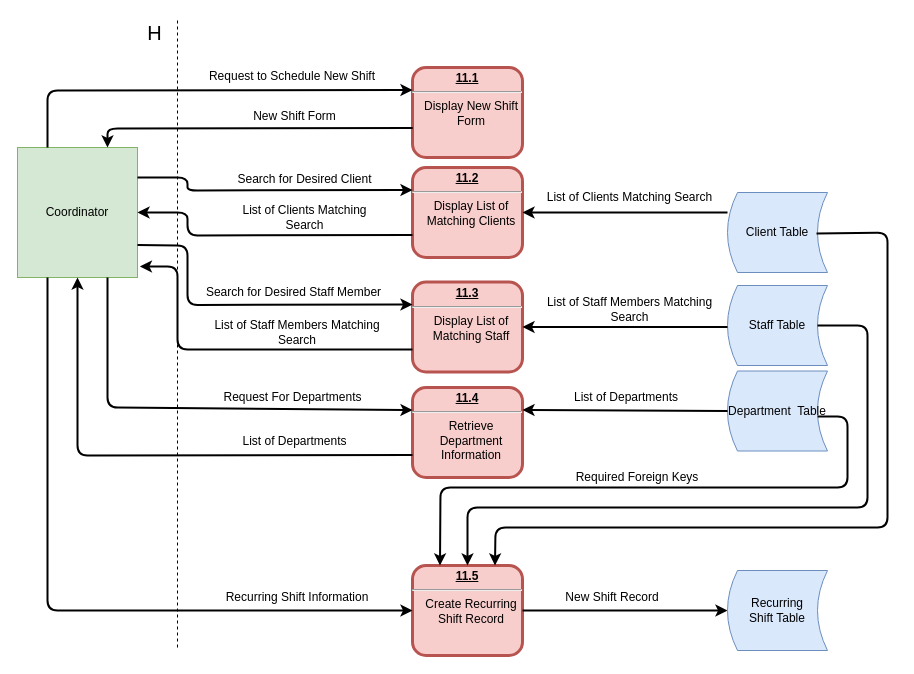
Before: page "11: Schedule Recurring Shifts" (12 of 14) of Diagrams/DFD/Level 1 DFDs.drawio in Harlento/SchedulingSystem, a draw.io diagram. Source tidied: cells renumbered, new cells numbered last; positions are measured from the earlier drawing's top-left corner, leaving out a move shared by most shapes. Both pictures are drawn from the tidied source at 100%, with x=0, y=0 at pixel (17, 17).
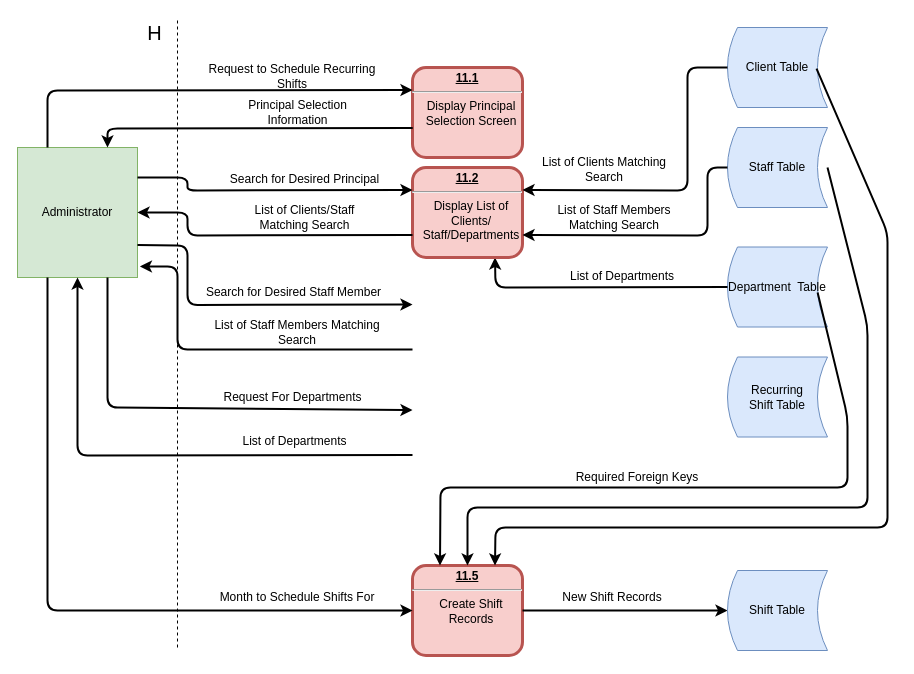
The same diagram, later.

Change to the diagram source:
```diff
@@
     <mxCell id="2" value="Department&amp;nbsp; Table" style="shape=dataStorage;whiteSpace=wrap;html=1;fillColor=#dae8fc;strokeColor=#6c8ebf;" parent="1" vertex="1">
-      <mxGeometry x="710" y="353.5" width="100" height="80" as="geometry" />
+      <mxGeometry x="710" y="229.5" width="100" height="80" as="geometry" />
     </mxCell>
-    <mxCell id="3" value="Coordinator" style="rounded=0;whiteSpace=wrap;html=1;fillColor=#d5e8d4;strokeColor=#82b366;" parent="1" vertex="1">
+    <mxCell id="3" value="Administrator" style="rounded=0;whiteSpace=wrap;html=1;fillColor=#d5e8d4;strokeColor=#82b366;" parent="1" vertex="1">
       <mxGeometry y="130" width="120" height="130" as="geometry" />
     </mxCell>
@@
-    <mxCell id="5" value="&lt;p style=&quot;margin: 0px ; margin-top: 4px ; text-align: center ; text-decoration: underline&quot;&gt;11.1&lt;/p&gt;&lt;hr&gt;&lt;p style=&quot;margin: 0px ; margin-left: 8px&quot;&gt;&lt;span style=&quot;font-weight: 400 ; white-space: normal&quot;&gt;Display New Shift Form&lt;/span&gt;&lt;/p&gt;" style="verticalAlign=middle;align=center;overflow=fill;fontSize=12;fontFamily=Helvetica;html=1;rounded=1;fontStyle=1;strokeWidth=3;fillColor=#f8cecc;strokeColor=#b85450;" parent="1" vertex="1">
+    <mxCell id="5" value="&lt;p style=&quot;margin: 0px ; margin-top: 4px ; text-align: center ; text-decoration: underline&quot;&gt;11.1&lt;/p&gt;&lt;hr&gt;&lt;p style=&quot;margin: 0px ; margin-left: 8px&quot;&gt;&lt;span style=&quot;font-weight: 400 ; white-space: normal&quot;&gt;Display Principal Selection Screen&lt;/span&gt;&lt;/p&gt;" style="verticalAlign=middle;align=center;overflow=fill;fontSize=12;fontFamily=Helvetica;html=1;rounded=1;fontStyle=1;strokeWidth=3;fillColor=#f8cecc;strokeColor=#b85450;" parent="1" vertex="1">
       <mxGeometry x="395" y="50" width="110" height="90" as="geometry" />
     </mxCell>
@@
-    <mxCell id="7" value="Request to Schedule New Shift" style="text;html=1;strokeColor=none;fillColor=none;align=center;verticalAlign=middle;whiteSpace=wrap;rounded=0;" parent="1" vertex="1">
+    <mxCell id="7" value="Request to Schedule Recurring Shifts" style="text;html=1;strokeColor=none;fillColor=none;align=center;verticalAlign=middle;whiteSpace=wrap;rounded=0;" parent="1" vertex="1">
       <mxGeometry x="190" y="44" width="170" height="30" as="geometry" />
     </mxCell>
-    <mxCell id="8" value="New Shift Form" style="text;html=1;strokeColor=none;fillColor=none;align=center;verticalAlign=middle;whiteSpace=wrap;rounded=0;" parent="1" vertex="1">
-      <mxGeometry x="200" y="84" width="155" height="30" as="geometry" />
+    <mxCell id="8" value="Principal Selection Information" style="text;html=1;strokeColor=none;fillColor=none;align=center;verticalAlign=middle;whiteSpace=wrap;rounded=0;" parent="1" vertex="1">
+      <mxGeometry x="202.5" y="80" width="155" height="30" as="geometry" />
     </mxCell>
@@
-    <mxCell id="10" value="&lt;p style=&quot;margin: 0px ; margin-top: 4px ; text-align: center ; text-decoration: underline&quot;&gt;11.4&lt;/p&gt;&lt;hr&gt;&lt;p style=&quot;margin: 0px 0px 0px 8px&quot;&gt;&lt;span style=&quot;font-weight: 400 ; white-space: normal&quot;&gt;Retrieve Department Information&lt;/span&gt;&lt;/p&gt;" style="verticalAlign=middle;align=center;overflow=fill;fontSize=12;fontFamily=Helvetica;html=1;rounded=1;fontStyle=1;strokeWidth=3;fillColor=#f8cecc;strokeColor=#b85450;" parent="1" vertex="1">
-      <mxGeometry x="395" y="370" width="110" height="90" as="geometry" />
-    </mxCell>
-    <mxCell id="11" style="endArrow=classic;html=1;strokeWidth=2;exitX=0;exitY=0.5;exitDx=0;exitDy=0;entryX=1;entryY=0.25;entryDx=0;entryDy=0;" parent="1" edge="1" source="2" target="10">
-      <mxGeometry relative="1" as="geometry" />
+    <mxCell id="11" style="endArrow=classic;html=1;strokeWidth=2;exitX=0;exitY=0.5;exitDx=0;exitDy=0;entryX=0.75;entryY=1;entryDx=0;entryDy=0;" parent="1" edge="1" source="2" target="24">
+      <mxGeometry relative="1" as="geometry">
+        <Array as="points">
+          <mxPoint x="478" y="270" />
+        </Array>
+      </mxGeometry>
     </mxCell>
     <mxCell id="12" value="List of Departments" style="text;html=1;strokeColor=none;fillColor=none;align=center;verticalAlign=middle;whiteSpace=wrap;rounded=0;" parent="1" vertex="1">
-      <mxGeometry x="528.8" y="369.5" width="160" height="20" as="geometry" />
+      <mxGeometry x="525" y="249" width="160" height="20" as="geometry" />
     </mxCell>
-    <mxCell id="13" style="endArrow=classic;html=1;strokeWidth=2;entryX=0;entryY=0.25;entryDx=0;entryDy=0;exitX=0.75;exitY=1;exitDx=0;exitDy=0;" parent="1" edge="1" source="3" target="10">
+    <mxCell id="13" style="endArrow=classic;html=1;strokeWidth=2;entryX=0;entryY=0.25;entryDx=0;entryDy=0;exitX=0.75;exitY=1;exitDx=0;exitDy=0;" parent="1" edge="1" source="3">
       <mxGeometry relative="1" as="geometry">
+        <mxPoint x="395" y="392.5" as="targetPoint" />
         <Array as="points">
           <mxPoint x="90" y="390" />
         </Array>
       </mxGeometry>
     </mxCell>
@@
-    <mxCell id="15" style="endArrow=classic;html=1;strokeWidth=2;exitX=0;exitY=0.75;exitDx=0;exitDy=0;entryX=0.5;entryY=1;entryDx=0;entryDy=0;" parent="1" edge="1" source="10" target="3">
+    <mxCell id="15" style="endArrow=classic;html=1;strokeWidth=2;exitX=0;exitY=0.75;exitDx=0;exitDy=0;entryX=0.5;entryY=1;entryDx=0;entryDy=0;" parent="1" edge="1" target="3">
       <mxGeometry relative="1" as="geometry">
+        <mxPoint x="395" y="437.5" as="sourcePoint" />
         <Array as="points">
           <mxPoint x="60" y="438" />
         </Array>
       </mxGeometry>
     </mxCell>
@@
-    <mxCell id="17" value="&lt;p style=&quot;margin: 0px ; margin-top: 4px ; text-align: center ; text-decoration: underline&quot;&gt;11.5&lt;/p&gt;&lt;hr&gt;&lt;p style=&quot;margin: 0px 0px 0px 8px&quot;&gt;&lt;span style=&quot;font-weight: 400 ; white-space: normal&quot;&gt;Create Recurring Shift Record&lt;/span&gt;&lt;/p&gt;" style="verticalAlign=middle;align=center;overflow=fill;fontSize=12;fontFamily=Helvetica;html=1;rounded=1;fontStyle=1;strokeWidth=3;fillColor=#f8cecc;strokeColor=#b85450;" parent="1" vertex="1">
+    <mxCell id="17" value="&lt;p style=&quot;margin: 0px ; margin-top: 4px ; text-align: center ; text-decoration: underline&quot;&gt;11.5&lt;/p&gt;&lt;hr&gt;&lt;p style=&quot;margin: 0px 0px 0px 8px&quot;&gt;&lt;span style=&quot;font-weight: 400 ; white-space: normal&quot;&gt;Create Shift Records&lt;/span&gt;&lt;/p&gt;" style="verticalAlign=middle;align=center;overflow=fill;fontSize=12;fontFamily=Helvetica;html=1;rounded=1;fontStyle=1;strokeWidth=3;fillColor=#f8cecc;strokeColor=#b85450;" parent="1" vertex="1">
       <mxGeometry x="395" y="548" width="110" height="90" as="geometry" />
     </mxCell>
@@
-    <mxCell id="19" value="New Shift Record" style="text;html=1;strokeColor=none;fillColor=none;align=center;verticalAlign=middle;whiteSpace=wrap;rounded=0;" parent="1" vertex="1">
+    <mxCell id="19" value="New Shift Records" style="text;html=1;strokeColor=none;fillColor=none;align=center;verticalAlign=middle;whiteSpace=wrap;rounded=0;" parent="1" vertex="1">
       <mxGeometry x="516" y="570" width="157.5" height="20" as="geometry" />
     </mxCell>
@@
-    <mxCell id="21" value="Recurring Shift Information" style="text;html=1;strokeColor=none;fillColor=none;align=center;verticalAlign=middle;whiteSpace=wrap;rounded=0;" parent="1" vertex="1">
+    <mxCell id="21" value="Month to Schedule Shifts For" style="text;html=1;strokeColor=none;fillColor=none;align=center;verticalAlign=middle;whiteSpace=wrap;rounded=0;" parent="1" vertex="1">
       <mxGeometry x="180" y="565" width="200" height="30" as="geometry" />
     </mxCell>
@@
     <mxCell id="23" value="Client Table" style="shape=dataStorage;whiteSpace=wrap;html=1;fillColor=#dae8fc;strokeColor=#6c8ebf;" parent="1" vertex="1">
-      <mxGeometry x="710" y="175" width="100" height="80" as="geometry" />
+      <mxGeometry x="710" y="10" width="100" height="80" as="geometry" />
     </mxCell>
-    <mxCell id="24" value="&lt;p style=&quot;margin: 0px ; margin-top: 4px ; text-align: center ; text-decoration: underline&quot;&gt;11.2&lt;/p&gt;&lt;hr&gt;&lt;p style=&quot;margin: 0px ; margin-left: 8px&quot;&gt;&lt;span style=&quot;font-weight: 400 ; white-space: normal&quot;&gt;Display List of Matching Clients&lt;/span&gt;&lt;/p&gt;" style="verticalAlign=middle;align=center;overflow=fill;fontSize=12;fontFamily=Helvetica;html=1;rounded=1;fontStyle=1;strokeWidth=3;fillColor=#f8cecc;strokeColor=#b85450;" parent="1" vertex="1">
+    <mxCell id="24" value="&lt;p style=&quot;margin: 0px ; margin-top: 4px ; text-align: center ; text-decoration: underline&quot;&gt;11.2&lt;/p&gt;&lt;hr&gt;&lt;p style=&quot;margin: 0px ; margin-left: 8px&quot;&gt;&lt;span style=&quot;font-weight: 400 ; white-space: normal&quot;&gt;Display List of Clients/ Staff/Departments&lt;/span&gt;&lt;/p&gt;" style="verticalAlign=middle;align=center;overflow=fill;fontSize=12;fontFamily=Helvetica;html=1;rounded=1;fontStyle=1;strokeWidth=3;fillColor=#f8cecc;strokeColor=#b85450;" parent="1" vertex="1">
       <mxGeometry x="395" y="150" width="110" height="90" as="geometry" />
     </mxCell>
-    <mxCell id="25" style="endArrow=classic;html=1;strokeWidth=2;entryX=1;entryY=0.5;entryDx=0;entryDy=0;exitX=0;exitY=0.25;exitDx=0;exitDy=0;" parent="1" edge="1" source="23" target="24">
-      <mxGeometry relative="1" as="geometry" />
+    <mxCell id="25" style="endArrow=classic;html=1;strokeWidth=2;entryX=1;entryY=0.25;entryDx=0;entryDy=0;exitX=0;exitY=0.5;exitDx=0;exitDy=0;" parent="1" edge="1" source="23" target="24">
+      <mxGeometry relative="1" as="geometry">
+        <Array as="points">
+          <mxPoint x="670" y="50" />
+          <mxPoint x="670" y="173" />
+        </Array>
+      </mxGeometry>
     </mxCell>
@@
     <mxCell id="27" value="List of Clients Matching Search" style="text;html=1;strokeColor=none;fillColor=none;align=center;verticalAlign=middle;whiteSpace=wrap;rounded=0;" parent="1" vertex="1">
-      <mxGeometry x="525" y="170" width="175" height="20" as="geometry" />
+      <mxGeometry x="516" y="147" width="141.5" height="10" as="geometry" />
     </mxCell>
-    <mxCell id="28" value="Search for Desired Client" style="text;html=1;strokeColor=none;fillColor=none;align=center;verticalAlign=middle;whiteSpace=wrap;rounded=0;" parent="1" vertex="1">
+    <mxCell id="28" value="Search for Desired Principal" style="text;html=1;strokeColor=none;fillColor=none;align=center;verticalAlign=middle;whiteSpace=wrap;rounded=0;" parent="1" vertex="1">
       <mxGeometry x="210" y="147" width="155" height="30" as="geometry" />
     </mxCell>
@@
-    <mxCell id="30" value="List of Clients Matching Search" style="text;html=1;strokeColor=none;fillColor=none;align=center;verticalAlign=middle;whiteSpace=wrap;rounded=0;" parent="1" vertex="1">
+    <mxCell id="30" value="List of Clients/Staff Matching Search" style="text;html=1;strokeColor=none;fillColor=none;align=center;verticalAlign=middle;whiteSpace=wrap;rounded=0;" parent="1" vertex="1">
       <mxGeometry x="220" y="190" width="135" height="20" as="geometry" />
     </mxCell>
     <mxCell id="31" value="Staff Table" style="shape=dataStorage;whiteSpace=wrap;html=1;fillColor=#dae8fc;strokeColor=#6c8ebf;" parent="1" vertex="1">
-      <mxGeometry x="710" y="268" width="100" height="80" as="geometry" />
+      <mxGeometry x="710" y="110" width="100" height="80" as="geometry" />
     </mxCell>
-    <mxCell id="32" value="&lt;p style=&quot;margin: 0px ; margin-top: 4px ; text-align: center ; text-decoration: underline&quot;&gt;11.3&lt;/p&gt;&lt;hr&gt;&lt;p style=&quot;margin: 0px ; margin-left: 8px&quot;&gt;&lt;span style=&quot;font-weight: 400 ; white-space: normal&quot;&gt;Display List of Matching Staff&lt;/span&gt;&lt;/p&gt;" style="verticalAlign=middle;align=center;overflow=fill;fontSize=12;fontFamily=Helvetica;html=1;rounded=1;fontStyle=1;strokeWidth=3;fillColor=#f8cecc;strokeColor=#b85450;" parent="1" vertex="1">
-      <mxGeometry x="395" y="264.5" width="110" height="90" as="geometry" />
-    </mxCell>
-    <mxCell id="33" style="endArrow=classic;html=1;strokeWidth=2;entryX=1;entryY=0.5;entryDx=0;entryDy=0;exitX=0;exitY=0.25;exitDx=0;exitDy=0;" parent="1" edge="1" target="32">
-      <mxGeometry relative="1" as="geometry">
-        <mxPoint x="710" y="309.5" as="sourcePoint" />
-      </mxGeometry>
-    </mxCell>
-    <mxCell id="34" style="endArrow=classic;html=1;strokeWidth=2;entryX=0;entryY=0.25;entryDx=0;entryDy=0;exitX=1;exitY=0.75;exitDx=0;exitDy=0;" parent="1" edge="1" source="3" target="32">
+    <mxCell id="34" style="endArrow=classic;html=1;strokeWidth=2;entryX=0;entryY=0.25;entryDx=0;entryDy=0;exitX=1;exitY=0.75;exitDx=0;exitDy=0;" parent="1" edge="1" source="3">
       <mxGeometry relative="1" as="geometry">
+        <mxPoint x="395" y="287" as="targetPoint" />
         <Array as="points">
           <mxPoint x="170" y="228" />
           <mxPoint x="170" y="287.5" />
         </Array>
       </mxGeometry>
     </mxCell>
     <mxCell id="35" value="List of Staff Members Matching Search" style="text;html=1;strokeColor=none;fillColor=none;align=center;verticalAlign=middle;whiteSpace=wrap;rounded=0;" parent="1" vertex="1">
-      <mxGeometry x="525" y="281.5" width="175" height="20" as="geometry" />
+      <mxGeometry x="519.5" y="190" width="154" height="20" as="geometry" />
     </mxCell>
@@
-    <mxCell id="39" value="Recurring &lt;br&gt;Shift Table" style="shape=dataStorage;whiteSpace=wrap;html=1;fillColor=#dae8fc;strokeColor=#6c8ebf;" parent="1" vertex="1">
+    <mxCell id="39" value="Shift Table" style="shape=dataStorage;whiteSpace=wrap;html=1;fillColor=#dae8fc;strokeColor=#6c8ebf;" parent="1" vertex="1">
       <mxGeometry x="710" y="553" width="100" height="80" as="geometry" />
     </mxCell>
@@
-    <mxCell id="41" style="endArrow=classic;html=1;strokeWidth=2;entryX=0.5;entryY=0;entryDx=0;entryDy=0;" parent="1" edge="1" target="17">
+    <mxCell id="41" style="endArrow=classic;html=1;strokeWidth=2;entryX=0.5;entryY=0;entryDx=0;entryDy=0;exitX=1;exitY=0.5;exitDx=0;exitDy=0;" parent="1" edge="1" source="31" target="17">
       <mxGeometry relative="1" as="geometry">
-        <mxPoint x="800" y="308" as="sourcePoint" />
         <Array as="points">
           <mxPoint x="850" y="308" />
           <mxPoint x="850" y="490" />
           <mxPoint x="450" y="490" />
         </Array>
       </mxGeometry>
     </mxCell>
@@
+    <mxCell id="44" style="endArrow=classic;html=1;strokeWidth=2;exitX=0;exitY=0.5;exitDx=0;exitDy=0;entryX=1;entryY=0.75;entryDx=0;entryDy=0;" parent="1" edge="1" source="31" target="24">
+      <mxGeometry relative="1" as="geometry">
+        <Array as="points">
+          <mxPoint x="690" y="150" />
+          <mxPoint x="690" y="218" />
+        </Array>
+      </mxGeometry>
+    </mxCell>
+    <mxCell id="45" value="Recurring&lt;br&gt;Shift Table" style="shape=dataStorage;whiteSpace=wrap;html=1;fillColor=#dae8fc;strokeColor=#6c8ebf;" parent="1" vertex="1">
+      <mxGeometry x="710" y="339.5" width="100" height="80" as="geometry" />
+    </mxCell>
```
